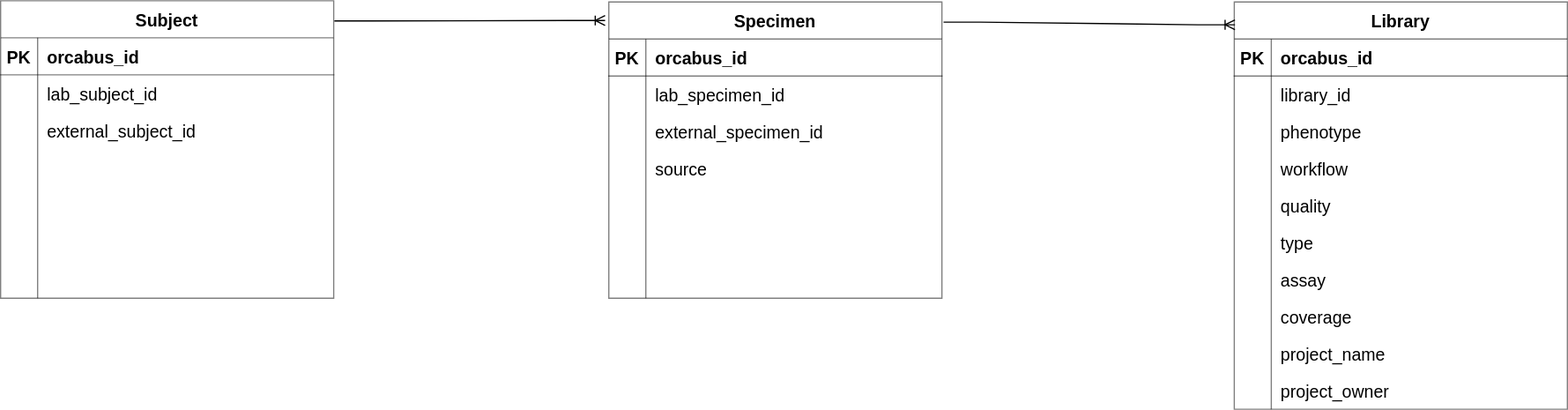
This is lib/workload/stateless/stacks/metadata-manager/docs/schema.drawio.svg from umccr/orcabus, a draw.io export, as it was before one commit. Source tidied: cells renumbered, new cells last; positions are measured from the earlier drawing's top-left corner, leaving out a move shared by most shapes.
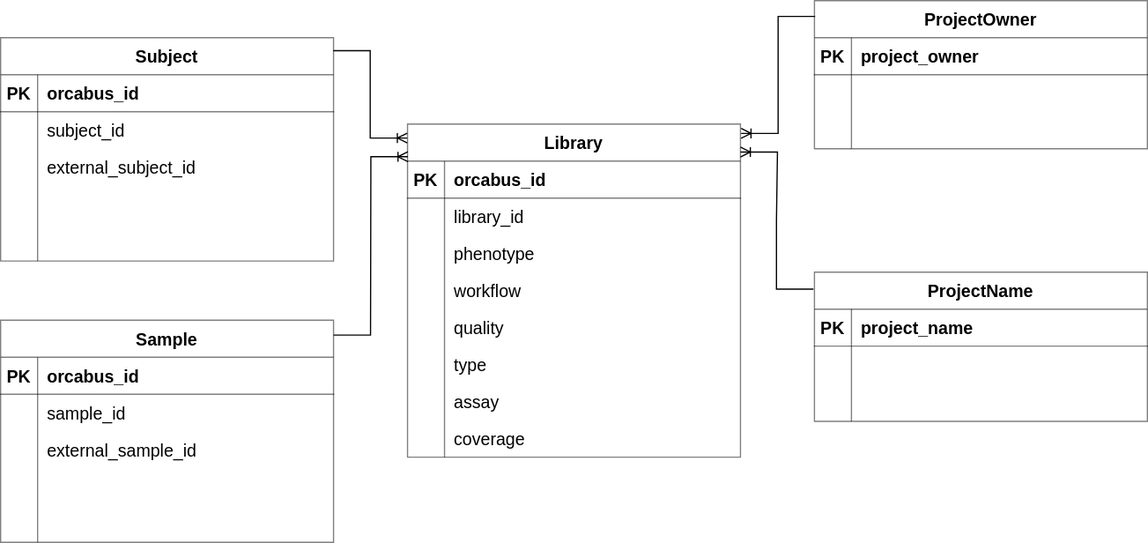
After the commit.

Diff of the diagram source:
```diff
@@ -3,7 +3,7 @@
     <mxCell id="0" />
     <mxCell id="1" parent="0" />
     <mxCell id="2" value="Library" style="shape=table;startSize=30;rowLines=0;fontStyle=1;align=center;fontSize=14;fillColor=none;opacity=50;" parent="1" vertex="1">
-      <mxGeometry x="1000" y="1" width="270" height="330" as="geometry" />
+      <mxGeometry x="470" y="-19" width="270" height="270" as="geometry" />
     </mxCell>
     <mxCell id="3" style="shape=tableRow;horizontal=0;startSize=0;swimlaneHead=0;swimlaneBody=0;fillColor=none;top=0;left=0;right=0;bottom=1;fontSize=14;opacity=50;" parent="2" vertex="1">
       <mxGeometry y="30" width="270" height="30" as="geometry" />
@@ -77,26 +77,8 @@
     <mxCell id="26" value="coverage" style="shape=partialRectangle;fillColor=none;top=0;left=0;bottom=0;right=0;align=left;spacingLeft=6;overflow=hidden;fontSize=14;opacity=50;" parent="24" vertex="1">
       <mxGeometry x="30" width="240" height="30" as="geometry" />
     </mxCell>
-    <mxCell id="27" style="shape=tableRow;horizontal=0;startSize=0;swimlaneHead=0;swimlaneBody=0;fillColor=none;top=0;left=0;right=0;bottom=0;fontSize=14;opacity=50;" parent="2" vertex="1">
-      <mxGeometry y="270" width="270" height="30" as="geometry" />
-    </mxCell>
-    <mxCell id="28" style="shape=partialRectangle;fillColor=none;top=0;left=0;bottom=0;right=0;overflow=hidden;fontSize=14;opacity=50;" parent="27" vertex="1">
-      <mxGeometry width="30" height="30" as="geometry" />
-    </mxCell>
-    <mxCell id="29" value="project_name" style="shape=partialRectangle;fillColor=none;top=0;left=0;bottom=0;right=0;align=left;spacingLeft=6;overflow=hidden;fontSize=14;opacity=50;" parent="27" vertex="1">
-      <mxGeometry x="30" width="240" height="30" as="geometry" />
-    </mxCell>
-    <mxCell id="30" style="shape=tableRow;horizontal=0;startSize=0;swimlaneHead=0;swimlaneBody=0;fillColor=none;top=0;left=0;right=0;bottom=0;fontSize=14;opacity=50;" parent="2" vertex="1">
-      <mxGeometry y="300" width="270" height="30" as="geometry" />
-    </mxCell>
-    <mxCell id="31" style="shape=partialRectangle;fillColor=none;top=0;left=0;bottom=0;right=0;overflow=hidden;fontSize=14;opacity=50;" parent="30" vertex="1">
-      <mxGeometry width="30" height="30" as="geometry" />
-    </mxCell>
-    <mxCell id="32" value="project_owner" style="shape=partialRectangle;fillColor=none;top=0;left=0;bottom=0;right=0;align=left;spacingLeft=6;overflow=hidden;fontSize=14;opacity=50;" parent="30" vertex="1">
-      <mxGeometry x="30" width="240" height="30" as="geometry" />
-    </mxCell>
     <mxCell id="33" value="Subject" style="shape=table;startSize=30;rowLines=0;fontStyle=1;align=center;fontSize=14;fillColor=none;opacity=50;" parent="1" vertex="1">
-      <mxGeometry width="270" height="241" as="geometry" />
+      <mxGeometry x="140" y="-89" width="270" height="181" as="geometry" />
     </mxCell>
     <mxCell id="34" style="shape=tableRow;horizontal=0;startSize=0;swimlaneHead=0;swimlaneBody=0;fillColor=none;top=0;left=0;right=0;bottom=1;fontSize=14;opacity=50;" parent="33" vertex="1">
       <mxGeometry y="30" width="270" height="30" as="geometry" />
@@ -113,7 +95,7 @@
     <mxCell id="38" style="shape=partialRectangle;fillColor=none;top=0;left=0;bottom=0;right=0;overflow=hidden;rounded=0;shadow=0;labelBackgroundColor=#FFFFFF;labelBorderColor=none;sketch=0;fontSize=12;fontColor=#000000;" parent="37" vertex="1">
       <mxGeometry width="30" height="30" as="geometry" />
     </mxCell>
-    <mxCell id="39" value="lab_subject_id" style="shape=partialRectangle;fillColor=none;top=0;left=0;bottom=0;right=0;align=left;spacingLeft=6;overflow=hidden;rounded=0;shadow=0;labelBackgroundColor=#FFFFFF;labelBorderColor=none;sketch=0;fontSize=14;fontColor=#000000;" parent="37" vertex="1">
+    <mxCell id="39" value="subject_id" style="shape=partialRectangle;fillColor=none;top=0;left=0;bottom=0;right=0;align=left;spacingLeft=6;overflow=hidden;rounded=0;shadow=0;labelBackgroundColor=#FFFFFF;labelBorderColor=none;sketch=0;fontSize=14;fontColor=#000000;" parent="37" vertex="1">
       <mxGeometry x="30" width="240" height="30" as="geometry" />
     </mxCell>
     <mxCell id="40" style="shape=tableRow;horizontal=0;startSize=0;swimlaneHead=0;swimlaneBody=0;fillColor=none;top=0;left=0;right=0;bottom=0;rounded=0;shadow=0;labelBackgroundColor=none;labelBorderColor=none;sketch=0;fontSize=14;" parent="33" vertex="1">
@@ -143,26 +125,8 @@
     <mxCell id="48" style="shape=partialRectangle;fillColor=none;top=0;left=0;bottom=0;right=0;align=left;spacingLeft=6;overflow=hidden;fontSize=14;opacity=50;" parent="46" vertex="1">
       <mxGeometry x="30" width="240" height="30" as="geometry" />
     </mxCell>
-    <mxCell id="49" style="shape=tableRow;horizontal=0;startSize=0;swimlaneHead=0;swimlaneBody=0;fillColor=none;top=0;left=0;right=0;bottom=0;labelBackgroundColor=none;fontSize=14;opacity=50;" parent="33" vertex="1">
-      <mxGeometry y="181" width="270" height="30" as="geometry" />
-    </mxCell>
-    <mxCell id="50" style="shape=partialRectangle;fillColor=none;top=0;left=0;bottom=0;right=0;overflow=hidden;labelBackgroundColor=none;fontSize=14;opacity=50;" parent="49" vertex="1">
-      <mxGeometry width="30" height="30" as="geometry" />
-    </mxCell>
-    <mxCell id="51" style="shape=partialRectangle;fillColor=none;top=0;left=0;bottom=0;right=0;align=left;spacingLeft=6;overflow=hidden;labelBackgroundColor=none;fontSize=14;opacity=50;" parent="49" vertex="1">
-      <mxGeometry x="30" width="240" height="30" as="geometry" />
-    </mxCell>
-    <mxCell id="52" style="shape=tableRow;horizontal=0;startSize=0;swimlaneHead=0;swimlaneBody=0;fillColor=none;top=0;left=0;right=0;bottom=0;rounded=0;shadow=0;labelBackgroundColor=none;labelBorderColor=none;sketch=0;fontSize=14;" parent="33" vertex="1">
-      <mxGeometry y="211" width="270" height="30" as="geometry" />
-    </mxCell>
-    <mxCell id="53" style="shape=partialRectangle;fillColor=none;top=0;left=0;bottom=0;right=0;overflow=hidden;rounded=0;shadow=0;labelBackgroundColor=none;labelBorderColor=none;sketch=0;fontSize=14;" parent="52" vertex="1">
-      <mxGeometry width="30" height="30" as="geometry" />
-    </mxCell>
-    <mxCell id="54" style="shape=partialRectangle;fillColor=none;top=0;left=0;bottom=0;right=0;align=left;spacingLeft=6;overflow=hidden;rounded=0;shadow=0;labelBackgroundColor=none;labelBorderColor=none;sketch=0;fontSize=14;" parent="52" vertex="1">
-      <mxGeometry x="30" width="240" height="30" as="geometry" />
-    </mxCell>
-    <mxCell id="55" value="Specimen" style="shape=table;startSize=30;rowLines=0;fontStyle=1;align=center;fontSize=14;fillColor=none;opacity=50;" parent="1" vertex="1">
-      <mxGeometry x="493" y="1" width="270" height="240" as="geometry" />
+    <mxCell id="55" value="Sample" style="shape=table;startSize=30;rowLines=0;fontStyle=1;align=center;fontSize=14;fillColor=none;opacity=50;" parent="1" vertex="1">
+      <mxGeometry x="140" y="140" width="270" height="180" as="geometry" />
     </mxCell>
     <mxCell id="56" style="shape=tableRow;horizontal=0;startSize=0;swimlaneHead=0;swimlaneBody=0;fillColor=none;top=0;left=0;right=0;bottom=1;fontSize=14;opacity=50;" parent="55" vertex="1">
       <mxGeometry y="30" width="270" height="30" as="geometry" />
@@ -179,7 +143,7 @@
     <mxCell id="60" style="shape=partialRectangle;fillColor=none;top=0;left=0;bottom=0;right=0;overflow=hidden;rounded=0;shadow=0;labelBackgroundColor=#FFFFFF;labelBorderColor=none;sketch=0;fontSize=12;fontColor=#000000;" parent="59" vertex="1">
       <mxGeometry width="30" height="30" as="geometry" />
     </mxCell>
-    <mxCell id="61" value="lab_specimen_id" style="shape=partialRectangle;fillColor=none;top=0;left=0;bottom=0;right=0;align=left;spacingLeft=6;overflow=hidden;rounded=0;shadow=0;labelBackgroundColor=#FFFFFF;labelBorderColor=none;sketch=0;fontSize=14;fontColor=#000000;" parent="59" vertex="1">
+    <mxCell id="61" value="sample_id" style="shape=partialRectangle;fillColor=none;top=0;left=0;bottom=0;right=0;align=left;spacingLeft=6;overflow=hidden;rounded=0;shadow=0;labelBackgroundColor=#FFFFFF;labelBorderColor=none;sketch=0;fontSize=14;fontColor=#000000;" parent="59" vertex="1">
       <mxGeometry x="30" width="240" height="30" as="geometry" />
     </mxCell>
     <mxCell id="62" style="shape=tableRow;horizontal=0;startSize=0;swimlaneHead=0;swimlaneBody=0;fillColor=none;top=0;left=0;right=0;bottom=0;rounded=0;shadow=0;labelBackgroundColor=none;labelBorderColor=none;sketch=0;fontSize=14;" parent="55" vertex="1">
@@ -188,7 +152,7 @@
     <mxCell id="63" style="shape=partialRectangle;fillColor=none;top=0;left=0;bottom=0;right=0;overflow=hidden;rounded=0;shadow=0;labelBackgroundColor=none;labelBorderColor=none;sketch=0;fontSize=14;" parent="62" vertex="1">
       <mxGeometry width="30" height="30" as="geometry" />
     </mxCell>
-    <mxCell id="64" value="external_specimen_id" style="shape=partialRectangle;fillColor=none;top=0;left=0;bottom=0;right=0;align=left;spacingLeft=6;overflow=hidden;rounded=0;shadow=0;labelBackgroundColor=none;labelBorderColor=none;sketch=0;fontSize=14;" parent="62" vertex="1">
+    <mxCell id="64" value="external_sample_id" style="shape=partialRectangle;fillColor=none;top=0;left=0;bottom=0;right=0;align=left;spacingLeft=6;overflow=hidden;rounded=0;shadow=0;labelBackgroundColor=none;labelBorderColor=none;sketch=0;fontSize=14;" parent="62" vertex="1">
       <mxGeometry x="30" width="240" height="30" as="geometry" />
     </mxCell>
     <mxCell id="65" style="shape=tableRow;horizontal=0;startSize=0;swimlaneHead=0;swimlaneBody=0;fillColor=none;top=0;left=0;right=0;bottom=0;fontSize=14;opacity=50;" parent="55" vertex="1">
@@ -197,7 +161,7 @@
     <mxCell id="66" style="shape=partialRectangle;fillColor=none;top=0;left=0;bottom=0;right=0;overflow=hidden;fontSize=14;opacity=50;" parent="65" vertex="1">
       <mxGeometry width="30" height="30" as="geometry" />
     </mxCell>
-    <mxCell id="67" value="source" style="shape=partialRectangle;fillColor=none;top=0;left=0;bottom=0;right=0;align=left;spacingLeft=6;overflow=hidden;fontSize=14;opacity=50;" parent="65" vertex="1">
+    <mxCell id="67" style="shape=partialRectangle;fillColor=none;top=0;left=0;bottom=0;right=0;align=left;spacingLeft=6;overflow=hidden;fontSize=14;opacity=50;" parent="65" vertex="1">
       <mxGeometry x="30" width="240" height="30" as="geometry" />
     </mxCell>
     <mxCell id="68" style="shape=tableRow;horizontal=0;startSize=0;swimlaneHead=0;swimlaneBody=0;fillColor=none;top=0;left=0;right=0;bottom=0;fontSize=14;opacity=50;" parent="55" vertex="1">
@@ -209,31 +173,84 @@
     <mxCell id="70" style="shape=partialRectangle;fillColor=none;top=0;left=0;bottom=0;right=0;align=left;spacingLeft=6;overflow=hidden;fontSize=14;opacity=50;" parent="68" vertex="1">
       <mxGeometry x="30" width="240" height="30" as="geometry" />
     </mxCell>
-    <mxCell id="71" style="shape=tableRow;horizontal=0;startSize=0;swimlaneHead=0;swimlaneBody=0;fillColor=none;top=0;left=0;right=0;bottom=0;labelBackgroundColor=none;fontSize=14;opacity=50;" parent="55" vertex="1">
-      <mxGeometry y="180" width="270" height="30" as="geometry" />
-    </mxCell>
-    <mxCell id="72" style="shape=partialRectangle;fillColor=none;top=0;left=0;bottom=0;right=0;overflow=hidden;labelBackgroundColor=none;fontSize=14;opacity=50;" parent="71" vertex="1">
-      <mxGeometry width="30" height="30" as="geometry" />
-    </mxCell>
-    <mxCell id="73" style="shape=partialRectangle;fillColor=none;top=0;left=0;bottom=0;right=0;align=left;spacingLeft=6;overflow=hidden;labelBackgroundColor=none;fontSize=14;opacity=50;" parent="71" vertex="1">
-      <mxGeometry x="30" width="240" height="30" as="geometry" />
-    </mxCell>
-    <mxCell id="74" style="shape=tableRow;horizontal=0;startSize=0;swimlaneHead=0;swimlaneBody=0;fillColor=none;top=0;left=0;right=0;bottom=0;rounded=0;shadow=0;labelBackgroundColor=none;labelBorderColor=none;sketch=0;fontSize=14;" parent="55" vertex="1">
-      <mxGeometry y="210" width="270" height="30" as="geometry" />
-    </mxCell>
-    <mxCell id="75" style="shape=partialRectangle;fillColor=none;top=0;left=0;bottom=0;right=0;overflow=hidden;rounded=0;shadow=0;labelBackgroundColor=none;labelBorderColor=none;sketch=0;fontSize=14;" parent="74" vertex="1">
-      <mxGeometry width="30" height="30" as="geometry" />
-    </mxCell>
-    <mxCell id="76" style="shape=partialRectangle;fillColor=none;top=0;left=0;bottom=0;right=0;align=left;spacingLeft=6;overflow=hidden;rounded=0;shadow=0;labelBackgroundColor=none;labelBorderColor=none;sketch=0;fontSize=14;" parent="74" vertex="1">
-      <mxGeometry x="30" width="240" height="30" as="geometry" />
-    </mxCell>
-    <mxCell id="77" style="edgeStyle=entityRelationEdgeStyle;fontSize=12;html=1;endArrow=ERoneToMany;rounded=0;exitX=1.002;exitY=0.068;exitDx=0;exitDy=0;exitPerimeter=0;startArrow=none;startFill=0;" parent="1" edge="1" source="33">
+    <mxCell id="77" style="edgeStyle=entityRelationEdgeStyle;fontSize=12;html=1;endArrow=ERoneToMany;rounded=0;exitX=0.999;exitY=0.058;exitDx=0;exitDy=0;exitPerimeter=0;startArrow=none;startFill=0;entryX=-0.001;entryY=0.042;entryDx=0;entryDy=0;entryPerimeter=0;" parent="1" edge="1" source="33" target="2">
       <mxGeometry relative="1" as="geometry">
-        <mxPoint x="490" y="16" as="targetPoint" />
+        <Array as="points">
+          <mxPoint x="430" y="-49" />
+          <mxPoint x="570" y="-89" />
+        </Array>
       </mxGeometry>
     </mxCell>
-    <mxCell id="78" style="edgeStyle=entityRelationEdgeStyle;fontSize=12;html=1;endArrow=ERoneToMany;rounded=0;exitX=1.005;exitY=0.068;exitDx=0;exitDy=0;exitPerimeter=0;entryX=0.002;entryY=0.056;entryDx=0;entryDy=0;entryPerimeter=0;" parent="1" edge="1" source="55" target="2">
-      <mxGeometry relative="1" as="geometry" />
-    </mxCell>
+    <mxCell id="79" style="edgeStyle=entityRelationEdgeStyle;fontSize=12;html=1;endArrow=ERoneToMany;rounded=0;startArrow=none;startFill=0;entryX=0.001;entryY=0.098;entryDx=0;entryDy=0;entryPerimeter=0;" parent="1" edge="1" target="2">
+      <mxGeometry relative="1" as="geometry">
+        <mxPoint x="410" y="152" as="sourcePoint" />
+      </mxGeometry>
+    </mxCell>
+    <mxCell id="80" value="ProjectOwner" style="shape=table;startSize=30;rowLines=0;fontStyle=1;align=center;fontSize=14;fillColor=none;opacity=50;" parent="1" vertex="1">
+      <mxGeometry x="800" y="-119" width="270" height="120" as="geometry" />
+    </mxCell>
+    <mxCell id="81" style="shape=tableRow;horizontal=0;startSize=0;swimlaneHead=0;swimlaneBody=0;fillColor=none;top=0;left=0;right=0;bottom=1;fontSize=14;opacity=50;" parent="80" vertex="1">
+      <mxGeometry y="30" width="270" height="30" as="geometry" />
+    </mxCell>
+    <mxCell id="82" value="PK" style="shape=partialRectangle;fillColor=none;top=0;left=0;bottom=0;right=0;fontStyle=1;overflow=hidden;fontSize=14;opacity=50;" parent="81" vertex="1">
+      <mxGeometry width="30" height="30" as="geometry" />
+    </mxCell>
+    <mxCell id="32" value="project_owner" style="shape=partialRectangle;fillColor=none;top=0;left=0;bottom=0;right=0;align=left;spacingLeft=6;fontStyle=1;overflow=hidden;fontSize=14;opacity=50;" parent="81" vertex="1">
+      <mxGeometry x="30" width="240" height="30" as="geometry" />
+    </mxCell>
+    <mxCell id="83" style="shape=tableRow;horizontal=0;startSize=0;swimlaneHead=0;swimlaneBody=0;fillColor=none;top=0;left=0;right=0;bottom=0;rounded=0;shadow=0;labelBackgroundColor=#FFFFFF;labelBorderColor=none;sketch=0;fontSize=12;fontColor=#000000;" parent="80" vertex="1">
+      <mxGeometry y="60" width="270" height="30" as="geometry" />
+    </mxCell>
+    <mxCell id="84" style="shape=partialRectangle;fillColor=none;top=0;left=0;bottom=0;right=0;overflow=hidden;rounded=0;shadow=0;labelBackgroundColor=#FFFFFF;labelBorderColor=none;sketch=0;fontSize=12;fontColor=#000000;" parent="83" vertex="1">
+      <mxGeometry width="30" height="30" as="geometry" />
+    </mxCell>
+    <mxCell id="85" style="shape=partialRectangle;fillColor=none;top=0;left=0;bottom=0;right=0;align=left;spacingLeft=6;overflow=hidden;rounded=0;shadow=0;labelBackgroundColor=#FFFFFF;labelBorderColor=none;sketch=0;fontSize=14;fontColor=#000000;" parent="83" vertex="1">
+      <mxGeometry x="30" width="240" height="30" as="geometry" />
+    </mxCell>
+    <mxCell id="86" style="shape=tableRow;horizontal=0;startSize=0;swimlaneHead=0;swimlaneBody=0;fillColor=none;top=0;left=0;right=0;bottom=0;rounded=0;shadow=0;labelBackgroundColor=#FFFFFF;labelBorderColor=none;sketch=0;fontSize=12;fontColor=#000000;" parent="80" vertex="1">
+      <mxGeometry y="90" width="270" height="30" as="geometry" />
+    </mxCell>
+    <mxCell id="87" style="shape=partialRectangle;fillColor=none;top=0;left=0;bottom=0;right=0;overflow=hidden;rounded=0;shadow=0;labelBackgroundColor=#FFFFFF;labelBorderColor=none;sketch=0;fontSize=12;fontColor=#000000;" parent="86" vertex="1">
+      <mxGeometry width="30" height="30" as="geometry" />
+    </mxCell>
+    <mxCell id="88" style="shape=partialRectangle;fillColor=none;top=0;left=0;bottom=0;right=0;align=left;spacingLeft=6;overflow=hidden;rounded=0;shadow=0;labelBackgroundColor=#FFFFFF;labelBorderColor=none;sketch=0;fontSize=14;fontColor=#000000;" parent="86" vertex="1">
+      <mxGeometry x="30" width="240" height="30" as="geometry" />
+    </mxCell>
+    <mxCell id="89" value="ProjectName" style="shape=table;startSize=30;rowLines=0;fontStyle=1;align=center;fontSize=14;fillColor=none;opacity=50;" parent="1" vertex="1">
+      <mxGeometry x="800" y="101" width="270" height="121" as="geometry" />
+    </mxCell>
+    <mxCell id="90" style="shape=tableRow;horizontal=0;startSize=0;swimlaneHead=0;swimlaneBody=0;fillColor=none;top=0;left=0;right=0;bottom=1;fontSize=14;opacity=50;" parent="89" vertex="1">
+      <mxGeometry y="30" width="270" height="30" as="geometry" />
+    </mxCell>
+    <mxCell id="91" value="PK" style="shape=partialRectangle;fillColor=none;top=0;left=0;bottom=0;right=0;fontStyle=1;overflow=hidden;fontSize=14;opacity=50;" parent="90" vertex="1">
+      <mxGeometry width="30" height="30" as="geometry" />
+    </mxCell>
+    <mxCell id="29" value="project_name" style="shape=partialRectangle;fillColor=none;top=0;left=0;bottom=0;right=0;align=left;spacingLeft=6;fontStyle=1;overflow=hidden;fontSize=14;opacity=50;" parent="90" vertex="1">
+      <mxGeometry x="30" width="240" height="30" as="geometry" />
+    </mxCell>
+    <mxCell id="92" style="shape=tableRow;horizontal=0;startSize=0;swimlaneHead=0;swimlaneBody=0;fillColor=none;top=0;left=0;right=0;bottom=0;rounded=0;shadow=0;labelBackgroundColor=#FFFFFF;labelBorderColor=none;sketch=0;fontSize=12;fontColor=#000000;" parent="89" vertex="1">
+      <mxGeometry y="60" width="270" height="31" as="geometry" />
+    </mxCell>
+    <mxCell id="93" style="shape=partialRectangle;fillColor=none;top=0;left=0;bottom=0;right=0;overflow=hidden;rounded=0;shadow=0;labelBackgroundColor=#FFFFFF;labelBorderColor=none;sketch=0;fontSize=12;fontColor=#000000;" parent="92" vertex="1">
+      <mxGeometry width="30" height="31" as="geometry" />
+    </mxCell>
+    <mxCell id="94" style="shape=partialRectangle;fillColor=none;top=0;left=0;bottom=0;right=0;align=left;spacingLeft=6;overflow=hidden;rounded=0;shadow=0;labelBackgroundColor=#FFFFFF;labelBorderColor=none;sketch=0;fontSize=14;fontColor=#000000;" parent="92" vertex="1">
+      <mxGeometry x="30" width="240" height="31" as="geometry" />
+    </mxCell>
+    <mxCell id="95" style="shape=tableRow;horizontal=0;startSize=0;swimlaneHead=0;swimlaneBody=0;fillColor=none;top=0;left=0;right=0;bottom=0;fontSize=14;opacity=50;" parent="89" vertex="1">
+      <mxGeometry y="91" width="270" height="30" as="geometry" />
+    </mxCell>
+    <mxCell id="96" style="shape=partialRectangle;fillColor=none;top=0;left=0;bottom=0;right=0;overflow=hidden;fontSize=14;opacity=50;" parent="95" vertex="1">
+      <mxGeometry width="30" height="30" as="geometry" />
+    </mxCell>
+    <mxCell id="97" style="shape=partialRectangle;fillColor=none;top=0;left=0;bottom=0;right=0;align=left;spacingLeft=6;overflow=hidden;fontSize=14;opacity=50;" parent="95" vertex="1">
+      <mxGeometry x="30" width="240" height="30" as="geometry" />
+    </mxCell>
+    <mxCell id="98" style="edgeStyle=entityRelationEdgeStyle;fontSize=12;html=1;endArrow=ERoneToMany;rounded=0;exitX=0.002;exitY=0.106;exitDx=0;exitDy=0;exitPerimeter=0;startArrow=none;startFill=0;entryX=1.002;entryY=0.028;entryDx=0;entryDy=0;entryPerimeter=0;" parent="1" edge="1" source="80" target="2">
+      <mxGeometry relative="1" as="geometry" />
+    </mxCell>
+    <mxCell id="99" style="edgeStyle=entityRelationEdgeStyle;fontSize=12;html=1;endArrow=ERoneToMany;rounded=0;exitX=-0.003;exitY=0.114;exitDx=0;exitDy=0;exitPerimeter=0;startArrow=none;startFill=0;entryX=1;entryY=0.084;entryDx=0;entryDy=0;entryPerimeter=0;" parent="1" edge="1" source="89" target="2">
+      <mxGeometry relative="1" as="geometry" />
+    </mxCell>
   </root>
 </mxGraphModel>
```
